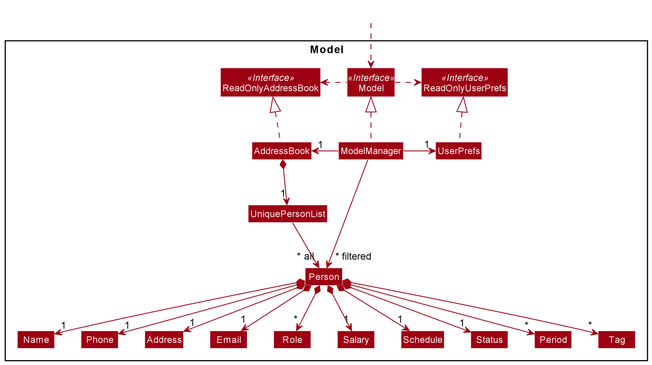
The PlantUML diagram docs/images/ModelClassDiagram.png in nus-cs2103-AY2122S1/tp, before a commit. Its source is kept beside it as docs/diagrams/ModelClassDiagram.puml.
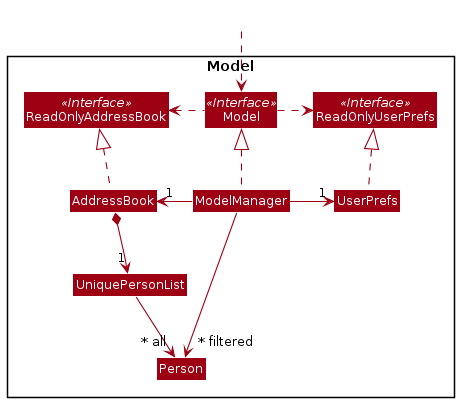
The same file after the commit.

What changed in the source:
```diff
@@ -18,16 +18,7 @@
 
 Class UniquePersonList
 Class Person
-Class Role
-Class Salary
-Class Schedule
-Class Status
-Class Address
-Class Email
-Class Name
-Class Phone
-Class Period
-Class Tag
+
 
 }
 
@@ -45,20 +36,7 @@
 
 AddressBook *--> "1" UniquePersonList
 UniquePersonList --> "~* all" Person
-Person *--> "1" Name
-Person *--> "1" Phone
-Person *--> "1" Email
-Person *--> "1" Schedule
-Person *--> "1" Status
-Person *--> "1" Salary
-Person *--> "1" Address
-Person *--> "*" Period
-Person *--> "*" Tag
-Person *--> "*" Role
 
-Name -[hidden]right-> Phone
-Phone -[hidden]right-> Address
-Address -[hidden]right-> Email
 
 ModelManager -->"~* filtered" Person
 @enduml
```
